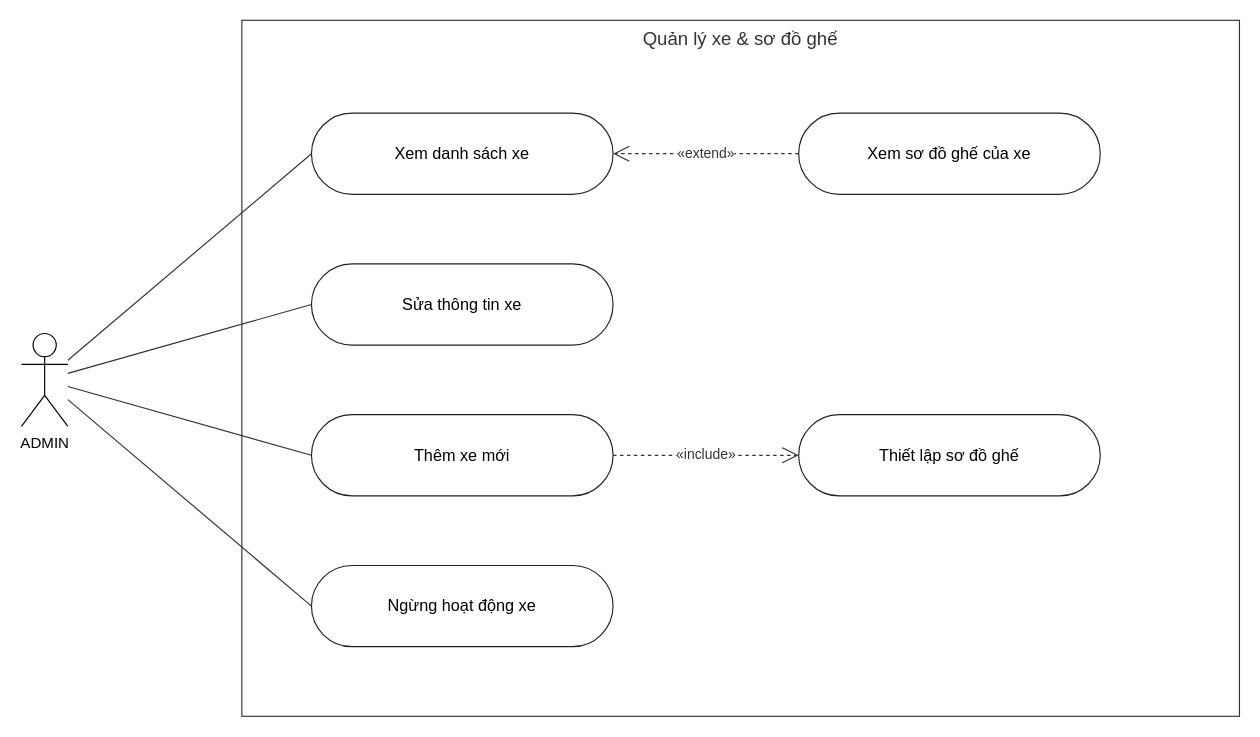
This is page "13. Quản lý xe & sơ đồ ghế" (13 of 19) of docs/use-case/UseCase_DatVeXeKhach.drawio from Longcodepro/Project_OOAD_HK1_2026-2027, a draw.io file, before an edit. Source tidied: cells renumbered, new cells numbered last; positions are measured from the earlier drawing's top-left corner, leaving out a move shared by most shapes. Both pictures are drawn from the tidied source at 116%, with x=0, y=0 at pixel (21, 20).
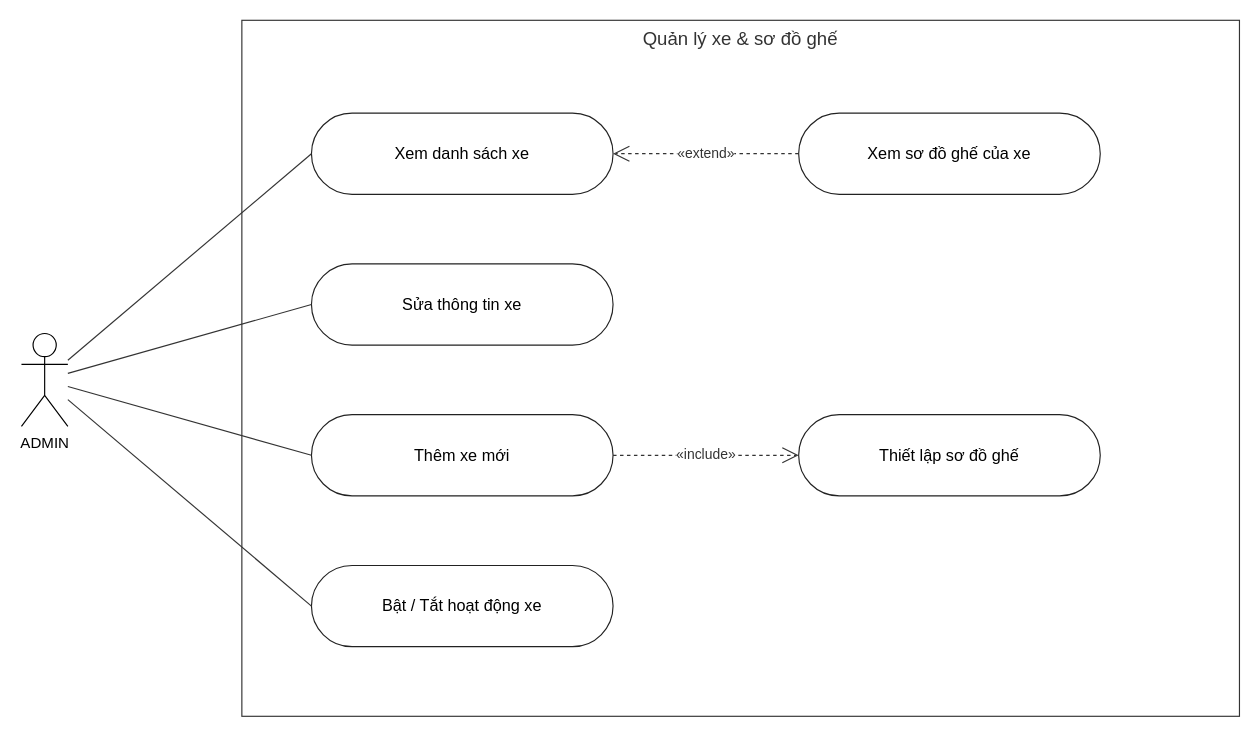
Above is the later version.

Diff of the diagram source:
```diff
@@
 <mxGraphModel background="#ffffff">
   <root>
     <mxCell id="0" />
     <mxCell id="1" parent="0" />
     <mxCell id="2" value="Quản lý xe &amp;amp; sơ đồ ghế" style="rounded=0;whiteSpace=wrap;html=1;verticalAlign=top;fontSize=16;fillColor=none;strokeColor=#333333;fontColor=#333333;" parent="1" vertex="1">
       <mxGeometry x="190" width="860" height="600" as="geometry" />
     </mxCell>
     <mxCell id="3" value="ADMIN" style="shape=umlActor;verticalLabelPosition=bottom;verticalAlign=top;html=1;outlineConnect=0;fontSize=13;fontColor=#000000;strokeColor=#000000;" parent="1" vertex="1">
       <mxGeometry y="270" width="40" height="80" as="geometry" />
     </mxCell>
     <mxCell id="4" value="Xem danh sách xe" style="rounded=1;arcSize=50;whiteSpace=wrap;html=1;fontSize=14;fillColor=#FFFFFF;strokeColor=#222222;fontColor=#000000;" parent="1" vertex="1">
       <mxGeometry x="250" y="80" width="260" height="70" as="geometry" />
     </mxCell>
     <mxCell id="5" value="Sửa thông tin xe" style="rounded=1;arcSize=50;whiteSpace=wrap;html=1;fontSize=14;fillColor=#FFFFFF;strokeColor=#222222;fontColor=#000000;" parent="1" vertex="1">
       <mxGeometry x="250" y="210" width="260" height="70" as="geometry" />
     </mxCell>
     <mxCell id="6" value="Thêm xe mới" style="rounded=1;arcSize=50;whiteSpace=wrap;html=1;fontSize=14;fillColor=#FFFFFF;strokeColor=#222222;fontColor=#000000;" parent="1" vertex="1">
       <mxGeometry x="250" y="340" width="260" height="70" as="geometry" />
     </mxCell>
-    <mxCell id="7" value="Ngừng hoạt động xe" style="rounded=1;arcSize=50;whiteSpace=wrap;html=1;fontSize=14;fillColor=#FFFFFF;strokeColor=#222222;fontColor=#000000;" parent="1" vertex="1">
+    <mxCell id="7" value="Bật / Tắt hoạt động xe" style="rounded=1;arcSize=50;whiteSpace=wrap;html=1;fontSize=14;fillColor=#FFFFFF;strokeColor=#222222;fontColor=#000000;" parent="1" vertex="1">
       <mxGeometry x="250" y="470" width="260" height="70" as="geometry" />
     </mxCell>
     <mxCell id="8" value="Xem sơ đồ ghế của xe" style="rounded=1;arcSize=50;whiteSpace=wrap;html=1;fontSize=14;fillColor=#FFFFFF;strokeColor=#222222;fontColor=#000000;" parent="1" vertex="1">
       <mxGeometry x="670" y="80" width="260" height="70" as="geometry" />
     </mxCell>
     <mxCell id="9" value="Thiết lập sơ đồ ghế" style="rounded=1;arcSize=50;whiteSpace=wrap;html=1;fontSize=14;fillColor=#FFFFFF;strokeColor=#222222;fontColor=#000000;" parent="1" vertex="1">
       <mxGeometry x="670" y="340" width="260" height="70" as="geometry" />
     </mxCell>
     <mxCell id="10" style="endArrow=none;html=1;rounded=0;strokeColor=#333333;entryX=0;entryY=0.5;entryDx=0;entryDy=0;" parent="1" edge="1" source="3" target="4">
       <mxGeometry relative="1" as="geometry" />
     </mxCell>
     <mxCell id="11" style="endArrow=none;html=1;rounded=0;strokeColor=#333333;entryX=0;entryY=0.5;entryDx=0;entryDy=0;" parent="1" edge="1" source="3" target="5">
       <mxGeometry relative="1" as="geometry" />
     </mxCell>
     <mxCell id="12" style="endArrow=none;html=1;rounded=0;strokeColor=#333333;entryX=0;entryY=0.5;entryDx=0;entryDy=0;" parent="1" edge="1" source="3" target="6">
       <mxGeometry relative="1" as="geometry" />
     </mxCell>
     <mxCell id="13" style="endArrow=none;html=1;rounded=0;strokeColor=#333333;entryX=0;entryY=0.5;entryDx=0;entryDy=0;" parent="1" edge="1" source="3" target="7">
       <mxGeometry relative="1" as="geometry" />
     </mxCell>
     <mxCell id="14" value="«extend»" style="endArrow=open;endSize=12;dashed=1;html=1;rounded=0;fontSize=12;labelBackgroundColor=#FFFFFF;strokeColor=#333333;fontColor=#333333;" parent="1" edge="1" source="8" target="4">
       <mxGeometry relative="1" as="geometry" />
     </mxCell>
     <mxCell id="15" value="«include»" style="endArrow=open;endSize=12;dashed=1;html=1;rounded=0;fontSize=12;labelBackgroundColor=#FFFFFF;strokeColor=#333333;fontColor=#333333;" parent="1" edge="1" source="6" target="9">
       <mxGeometry relative="1" as="geometry" />
     </mxCell>
   </root>
 </mxGraphModel>
```
